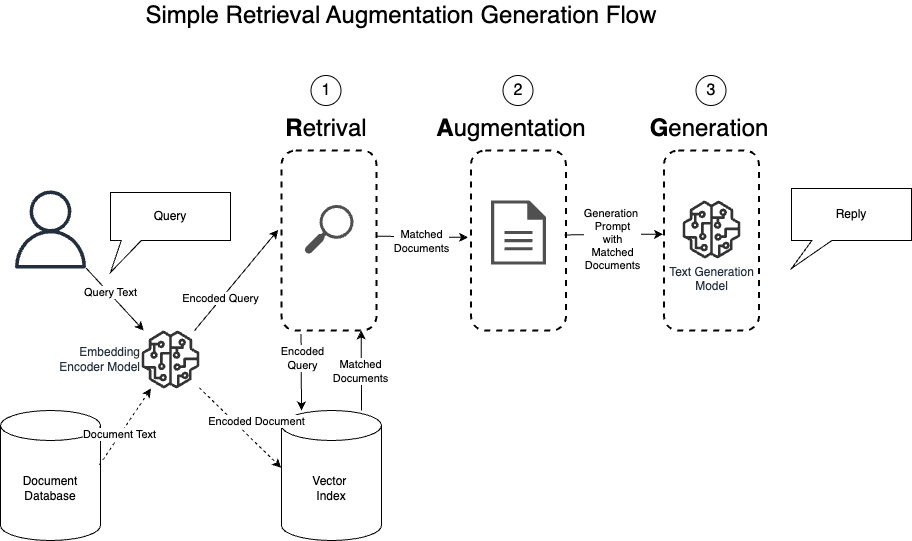
This is images/Naiive_RAG.png from saied89/advanced-rag, a draw.io export, as it was before one commit. Source tidied: cells renumbered, new cells last; positions are measured from the earlier drawing's top-left corner, leaving out a move shared by most shapes. Source of this version:
```xml
<mxGraphModel>
  <root>
    <mxCell id="0" />
    <mxCell id="1" parent="0" />
    <mxCell id="2" style="sketch=0;outlineConnect=0;fontColor=#232F3E;gradientColor=none;fillColor=#232F3D;strokeColor=none;dashed=0;verticalLabelPosition=bottom;verticalAlign=top;align=center;html=1;fontSize=12;fontStyle=0;shape=mxgraph.aws4.user;" parent="1" vertex="1">
      <mxGeometry x="11" y="190" width="78" height="78" as="geometry" />
    </mxCell>
    <mxCell id="3" value="Vector&amp;nbsp;&lt;br&gt;Index" style="shape=cylinder3;whiteSpace=wrap;html=1;boundedLbl=1;backgroundOutline=1;size=15;" parent="1" vertex="1">
      <mxGeometry x="281" y="410" width="100" height="130" as="geometry" />
    </mxCell>
    <mxCell id="4" value="Document&lt;div&gt;Database&lt;/div&gt;" style="shape=cylinder3;whiteSpace=wrap;html=1;boundedLbl=1;backgroundOutline=1;size=15;" parent="1" vertex="1">
      <mxGeometry y="410" width="100" height="130" as="geometry" />
    </mxCell>
    <mxCell id="5" style="rounded=1;whiteSpace=wrap;html=1;strokeWidth=2;dashed=1;" parent="1" vertex="1">
      <mxGeometry x="281" y="150" width="95" height="180" as="geometry" />
    </mxCell>
    <mxCell id="6" style="rounded=1;whiteSpace=wrap;html=1;strokeWidth=2;dashed=1;" parent="1" vertex="1">
      <mxGeometry x="470.5" y="150" width="95" height="180" as="geometry" />
    </mxCell>
    <mxCell id="7" style="rounded=1;whiteSpace=wrap;html=1;strokeWidth=2;dashed=1;" parent="1" vertex="1">
      <mxGeometry x="663.5" y="150" width="95" height="180" as="geometry" />
    </mxCell>
    <mxCell id="8" value="Query" style="shape=callout;whiteSpace=wrap;html=1;perimeter=calloutPerimeter;position2=0;size=32;position=0.09;" parent="1" vertex="1">
      <mxGeometry x="110" y="192" width="120" height="80" as="geometry" />
    </mxCell>
    <mxCell id="9" value="Reply" style="shape=callout;whiteSpace=wrap;html=1;perimeter=calloutPerimeter;position2=0;size=28;position=0.17;" parent="1" vertex="1">
      <mxGeometry x="791" y="188" width="120" height="80" as="geometry" />
    </mxCell>
    <mxCell id="10" value="&lt;font style=&quot;font-size: 16px;&quot;&gt;1&lt;/font&gt;" style="ellipse;whiteSpace=wrap;html=1;fontSize=14;" parent="1" vertex="1">
      <mxGeometry x="310.5" y="75" width="30" height="30" as="geometry" />
    </mxCell>
    <mxCell id="11" value="&lt;font style=&quot;font-size: 16px;&quot;&gt;2&lt;/font&gt;" style="ellipse;whiteSpace=wrap;html=1;fontSize=14;" parent="1" vertex="1">
      <mxGeometry x="502.5" y="75" width="30" height="30" as="geometry" />
    </mxCell>
    <mxCell id="12" value="&lt;font style=&quot;font-size: 16px;&quot;&gt;3&lt;/font&gt;" style="ellipse;whiteSpace=wrap;html=1;fontSize=14;" parent="1" vertex="1">
      <mxGeometry x="695.5" y="75" width="30" height="30" as="geometry" />
    </mxCell>
    <mxCell id="13" value="&lt;b&gt;R&lt;/b&gt;etrival" style="text;html=1;align=center;verticalAlign=middle;whiteSpace=wrap;rounded=0;fontSize=24;" parent="1" vertex="1">
      <mxGeometry x="276" y="113" width="100" height="30" as="geometry" />
    </mxCell>
    <mxCell id="14" value="&lt;b&gt;A&lt;/b&gt;ugmentation" style="text;html=1;align=center;verticalAlign=middle;whiteSpace=wrap;rounded=0;fontSize=24;" parent="1" vertex="1">
      <mxGeometry x="461" y="113" width="100" height="30" as="geometry" />
    </mxCell>
    <mxCell id="15" value="&lt;b&gt;G&lt;/b&gt;eneration" style="text;html=1;align=center;verticalAlign=middle;whiteSpace=wrap;rounded=0;fontSize=24;" parent="1" vertex="1">
      <mxGeometry x="658.5" y="113" width="100" height="30" as="geometry" />
    </mxCell>
    <mxCell id="16" value="Text Generation&lt;br&gt;Model" style="sketch=0;fontColor=#232F3E;gradientColor=none;fillColor=#333333;strokeColor=none;dashed=0;verticalLabelPosition=bottom;verticalAlign=top;align=center;html=1;fontSize=12;fontStyle=0;shape=mxgraph.aws4.sagemaker_model;" parent="1" vertex="1">
      <mxGeometry x="682" y="200" width="58" height="58" as="geometry" />
    </mxCell>
    <mxCell id="17" style="sketch=0;shadow=0;dashed=0;html=1;strokeColor=none;fillColor=#505050;labelPosition=center;verticalLabelPosition=bottom;verticalAlign=top;align=center;shape=mxgraph.office.concepts.search;" parent="1" vertex="1">
      <mxGeometry x="304" y="204.5" width="49" height="49" as="geometry" />
    </mxCell>
    <mxCell id="18" style="sketch=0;shadow=0;dashed=0;html=1;strokeColor=none;fillColor=#505050;labelPosition=center;verticalLabelPosition=bottom;verticalAlign=top;align=center;shape=mxgraph.office.concepts.document;" parent="1" vertex="1">
      <mxGeometry x="490.6" y="200" width="54.9" height="64" as="geometry" />
    </mxCell>
    <mxCell id="19" value="Embedding &lt;br&gt;Encoder Model" style="sketch=0;outlineConnect=0;fontColor=#232F3E;gradientColor=none;fillColor=#333333;strokeColor=none;dashed=0;verticalLabelPosition=middle;verticalAlign=middle;align=right;html=1;fontSize=12;fontStyle=0;shape=mxgraph.aws4.sagemaker_model;labelPosition=left;" parent="1" vertex="1">
      <mxGeometry x="141" y="330" width="58" height="58" as="geometry" />
    </mxCell>
    <mxCell id="20" style="endArrow=classic;html=1;rounded=0;" parent="1" edge="1" source="2" target="19">
      <mxGeometry relative="1" as="geometry" />
    </mxCell>
    <mxCell id="21" value="Query Text" style="edgeLabel;html=1;align=center;verticalAlign=middle;" parent="20" vertex="1">
      <mxGeometry x="-0.2" y="1" relative="1" as="geometry" />
    </mxCell>
    <mxCell id="22" style="endArrow=classic;html=1;rounded=0;entryX=-0.035;entryY=0.441;entryDx=0;entryDy=0;entryPerimeter=0;" parent="1" edge="1" source="19" target="5">
      <mxGeometry relative="1" as="geometry" />
    </mxCell>
    <mxCell id="23" value="Encoded Query" style="edgeLabel;html=1;align=center;verticalAlign=middle;" parent="22" vertex="1">
      <mxGeometry x="-0.38" y="1" relative="1" as="geometry" />
    </mxCell>
    <mxCell id="24" style="endArrow=classic;html=1;rounded=0;exitX=0.989;exitY=0.42;exitDx=0;exitDy=0;exitPerimeter=0;dashed=1;" parent="1" edge="1" source="4" target="19">
      <mxGeometry relative="1" as="geometry" />
    </mxCell>
    <mxCell id="25" value="Document Text" style="edgeLabel;html=1;align=center;verticalAlign=middle;" parent="24" vertex="1">
      <mxGeometry x="-0.2" y="1" relative="1" as="geometry" />
    </mxCell>
    <mxCell id="26" style="endArrow=classic;html=1;rounded=0;entryX=-0.004;entryY=0.44;entryDx=0;entryDy=0;entryPerimeter=0;dashed=1;" parent="1" edge="1" source="19" target="3">
      <mxGeometry relative="1" as="geometry" />
    </mxCell>
    <mxCell id="27" value="Encoded Document" style="edgeLabel;html=1;align=center;verticalAlign=middle;" parent="26" vertex="1">
      <mxGeometry x="-0.38" y="1" relative="1" as="geometry">
        <mxPoint x="30" y="9" as="offset" />
      </mxGeometry>
    </mxCell>
    <mxCell id="28" style="endArrow=classic;html=1;rounded=0;entryX=0.2;entryY=0;entryDx=0;entryDy=0;entryPerimeter=0;exitX=0.206;exitY=1.019;exitDx=0;exitDy=0;exitPerimeter=0;" parent="1" edge="1" source="5" target="3">
      <mxGeometry relative="1" as="geometry" />
    </mxCell>
    <mxCell id="29" value="Encoded &lt;br&gt;Query" style="edgeLabel;html=1;align=center;verticalAlign=middle;" parent="28" vertex="1">
      <mxGeometry x="-0.38" y="1" relative="1" as="geometry" />
    </mxCell>
    <mxCell id="30" style="endArrow=classic;html=1;rounded=0;entryX=0.838;entryY=1;entryDx=0;entryDy=0;entryPerimeter=0;exitX=0.8;exitY=0;exitDx=0;exitDy=0;exitPerimeter=0;" parent="1" edge="1" source="3" target="5">
      <mxGeometry relative="1" as="geometry" />
    </mxCell>
    <mxCell id="31" value="Matched&lt;br&gt;Documents" style="edgeLabel;html=1;align=center;verticalAlign=middle;" parent="30" vertex="1">
      <mxGeometry x="-0.38" y="1" relative="1" as="geometry">
        <mxPoint y="-15" as="offset" />
      </mxGeometry>
    </mxCell>
    <mxCell id="32" style="endArrow=classic;html=1;rounded=0;entryX=-0.032;entryY=0.483;entryDx=0;entryDy=0;entryPerimeter=0;exitX=1.006;exitY=0.476;exitDx=0;exitDy=0;exitPerimeter=0;" parent="1" edge="1" source="5" target="6">
      <mxGeometry relative="1" as="geometry" />
    </mxCell>
    <mxCell id="33" value="Matched&lt;br&gt;Documents" style="edgeLabel;html=1;align=center;verticalAlign=middle;" parent="32" vertex="1">
      <mxGeometry x="-0.38" y="1" relative="1" as="geometry">
        <mxPoint x="16" y="5" as="offset" />
      </mxGeometry>
    </mxCell>
    <mxCell id="34" style="endArrow=classic;html=1;rounded=0;entryX=-0.009;entryY=0.465;entryDx=0;entryDy=0;entryPerimeter=0;exitX=0.985;exitY=0.469;exitDx=0;exitDy=0;exitPerimeter=0;" parent="1" edge="1" source="6" target="7">
      <mxGeometry relative="1" as="geometry" />
    </mxCell>
    <mxCell id="35" value="Generation&amp;nbsp;&lt;br&gt;Prompt&lt;br&gt;with&lt;br&gt;Matched&lt;br&gt;Documents" style="edgeLabel;html=1;align=center;verticalAlign=middle;" parent="34" vertex="1">
      <mxGeometry x="-0.38" y="1" relative="1" as="geometry">
        <mxPoint x="16" y="5" as="offset" />
      </mxGeometry>
    </mxCell>
    <mxCell id="36" value="Simple Retrieval Augmentation Generation Flow" style="text;html=1;align=center;verticalAlign=middle;whiteSpace=wrap;rounded=0;fontSize=24;" parent="1" vertex="1">
      <mxGeometry x="121" width="560" height="30" as="geometry" />
    </mxCell>
  </root>
</mxGraphModel>
```
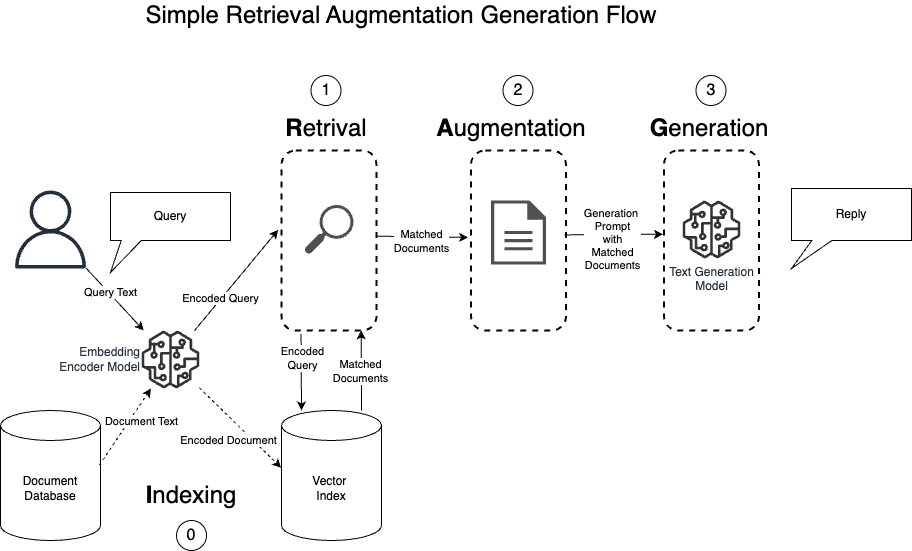
Above is the later version.

Commit message:
Improving README diagrams.

Change to the diagram source:
```diff
@@ -72,14 +72,16 @@
       <mxGeometry relative="1" as="geometry" />
     </mxCell>
     <mxCell id="25" value="Document Text" style="edgeLabel;html=1;align=center;verticalAlign=middle;" parent="24" vertex="1">
-      <mxGeometry x="-0.2" y="1" relative="1" as="geometry" />
+      <mxGeometry x="-0.2" y="1" relative="1" as="geometry">
+        <mxPoint x="22" y="-13" as="offset" />
+      </mxGeometry>
     </mxCell>
     <mxCell id="26" style="endArrow=classic;html=1;rounded=0;entryX=-0.004;entryY=0.44;entryDx=0;entryDy=0;entryPerimeter=0;dashed=1;" parent="1" edge="1" source="19" target="3">
       <mxGeometry relative="1" as="geometry" />
     </mxCell>
     <mxCell id="27" value="Encoded Document" style="edgeLabel;html=1;align=center;verticalAlign=middle;" parent="26" vertex="1">
       <mxGeometry x="-0.38" y="1" relative="1" as="geometry">
-        <mxPoint x="30" y="9" as="offset" />
+        <mxPoint x="2" y="28" as="offset" />
       </mxGeometry>
     </mxCell>
     <mxCell id="28" style="endArrow=classic;html=1;rounded=0;entryX=0.2;entryY=0;entryDx=0;entryDy=0;entryPerimeter=0;exitX=0.206;exitY=1.019;exitDx=0;exitDy=0;exitPerimeter=0;" parent="1" edge="1" source="5" target="3">
@@ -115,5 +117,11 @@
     <mxCell id="36" value="Simple Retrieval Augmentation Generation Flow" style="text;html=1;align=center;verticalAlign=middle;whiteSpace=wrap;rounded=0;fontSize=24;" parent="1" vertex="1">
       <mxGeometry x="121" width="560" height="30" as="geometry" />
     </mxCell>
+    <mxCell id="37" value="&lt;font style=&quot;font-size: 16px;&quot;&gt;0&lt;/font&gt;" style="ellipse;whiteSpace=wrap;html=1;fontSize=14;" parent="1" vertex="1">
+      <mxGeometry x="176" y="520" width="30" height="30" as="geometry" />
+    </mxCell>
+    <mxCell id="38" value="&lt;b&gt;I&lt;/b&gt;ndexing" style="text;html=1;align=center;verticalAlign=middle;whiteSpace=wrap;rounded=0;fontSize=24;" parent="1" vertex="1">
+      <mxGeometry x="141" y="480" width="100" height="30" as="geometry" />
+    </mxCell>
   </root>
 </mxGraphModel>
```
